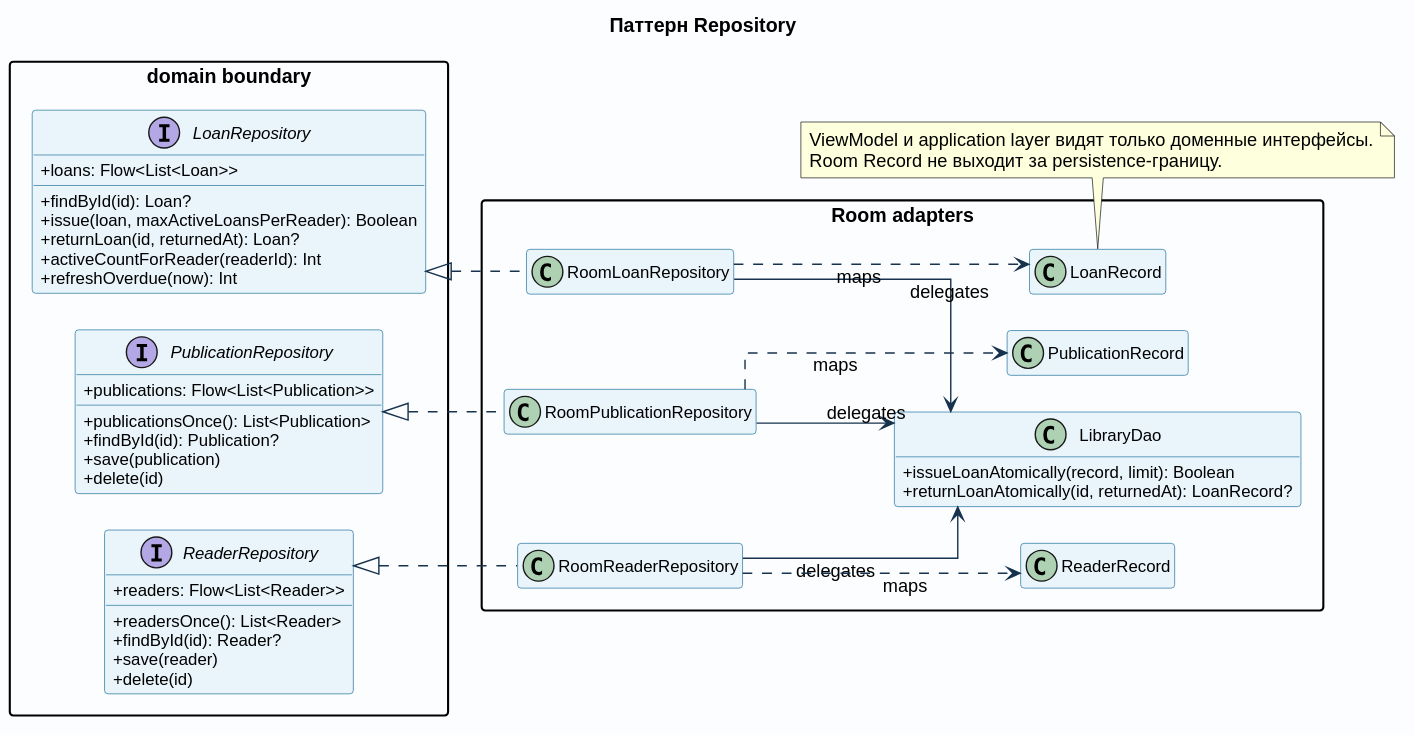
The PlantUML diagram docs/images/pattern_repository.svg in pank-suai/course-oop-library, before a commit. Its diagram source:
```plantuml
@startuml
left to right direction
skinparam backgroundColor #FBFDFF
skinparam shadowing false
skinparam defaultFontName Arial
skinparam classFontSize 15
skinparam classAttributeFontSize 12
skinparam classAttributeIconSize 0
skinparam packageStyle rectangle
skinparam linetype ortho
skinparam nodesep 26
skinparam ranksep 32
skinparam ArrowColor #17324D
skinparam ClassBorderColor #24739B
skinparam ClassBackgroundColor #E9F4FB
skinparam InterfaceBorderColor #735A9B
skinparam InterfaceBackgroundColor #F0EDFA
hide empty members

title Паттерн Repository

package "domain boundary" {
  interface ReaderRepository {
    +readers: Flow<List<Reader>>
    +readersOnce(): List<Reader>
    +findById(id): Reader?
    +save(reader)
    +delete(id)
  }
  interface PublicationRepository {
    +publications: Flow<List<Publication>>
    +publicationsOnce(): List<Publication>
    +findById(id): Publication?
    +save(publication)
    +delete(id)
  }
  interface LoanRepository {
    +loans: Flow<List<Loan>>
    +findById(id): Loan?
    +issue(loan, maxActiveLoansPerReader): Boolean
    +returnLoan(id, returnedAt): Loan?
    +activeCountForReader(readerId): Int
    +refreshOverdue(now): Int
  }
}
package "Room adapters" {
  class RoomReaderRepository
  class RoomPublicationRepository
  class RoomLoanRepository
  class LibraryDao {
    +issueLoanAtomically(record, limit): Boolean
    +returnLoanAtomically(id, returnedAt): LoanRecord?
  }
  class ReaderRecord
  class PublicationRecord
  class LoanRecord
}

ReaderRepository <|.. RoomReaderRepository
PublicationRepository <|.. RoomPublicationRepository
LoanRepository <|.. RoomLoanRepository
RoomReaderRepository --> LibraryDao : delegates
RoomPublicationRepository --> LibraryDao : delegates
RoomLoanRepository --> LibraryDao : delegates
RoomReaderRepository ..> ReaderRecord : maps
RoomPublicationRepository ..> PublicationRecord : maps
RoomLoanRepository ..> LoanRecord : maps
note bottom
  ViewModel и application layer видят только доменные интерфейсы.
  Room Record не выходит за persistence-границу.
end note
@enduml
```
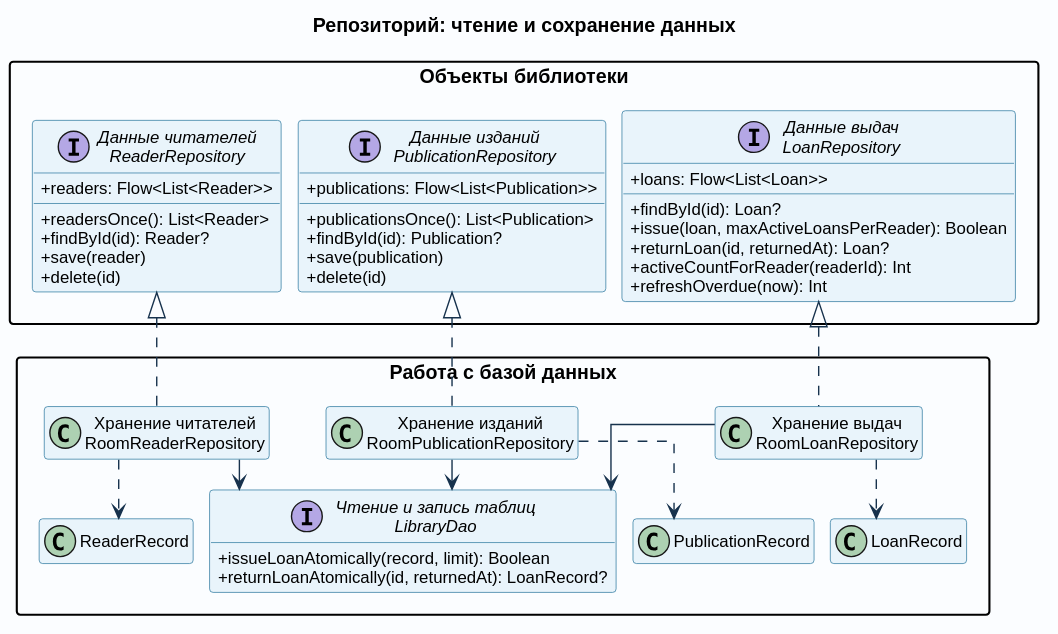
Above is the later version.

What changed in the source:
```diff
@@ -1,5 +1,5 @@
 @startuml
-left to right direction
+top to bottom direction
 skinparam backgroundColor #FBFDFF
 skinparam shadowing false
 skinparam defaultFontName Arial
@@ -8,8 +8,8 @@
 skinparam classAttributeIconSize 0
 skinparam packageStyle rectangle
 skinparam linetype ortho
-skinparam nodesep 26
-skinparam ranksep 32
+skinparam nodesep 12
+skinparam ranksep 22
 skinparam ArrowColor #17324D
 skinparam ClassBorderColor #24739B
 skinparam ClassBackgroundColor #E9F4FB
@@ -17,24 +17,24 @@
 skinparam InterfaceBackgroundColor #F0EDFA
 hide empty members
 
-title Паттерн Repository
+title Репозиторий: чтение и сохранение данных
 
-package "domain boundary" {
-  interface ReaderRepository {
+package "Объекты библиотеки" {
+  interface "Данные читателей\nReaderRepository" as ReaderRepository {
     +readers: Flow<List<Reader>>
     +readersOnce(): List<Reader>
     +findById(id): Reader?
     +save(reader)
     +delete(id)
   }
-  interface PublicationRepository {
+  interface "Данные изданий\nPublicationRepository" as PublicationRepository {
     +publications: Flow<List<Publication>>
     +publicationsOnce(): List<Publication>
     +findById(id): Publication?
     +save(publication)
     +delete(id)
   }
-  interface LoanRepository {
+  interface "Данные выдач\nLoanRepository" as LoanRepository {
     +loans: Flow<List<Loan>>
     +findById(id): Loan?
     +issue(loan, maxActiveLoansPerReader): Boolean
@@ -43,11 +43,11 @@
     +refreshOverdue(now): Int
   }
 }
-package "Room adapters" {
-  class RoomReaderRepository
-  class RoomPublicationRepository
-  class RoomLoanRepository
-  class LibraryDao {
+package "Работа с базой данных" {
+  class "Хранение читателей\nRoomReaderRepository" as RoomReaderRepository
+  class "Хранение изданий\nRoomPublicationRepository" as RoomPublicationRepository
+  class "Хранение выдач\nRoomLoanRepository" as RoomLoanRepository
+  interface "Чтение и запись таблиц\nLibraryDao" as LibraryDao {
     +issueLoanAtomically(record, limit): Boolean
     +returnLoanAtomically(id, returnedAt): LoanRecord?
   }
@@ -59,14 +59,10 @@
 ReaderRepository <|.. RoomReaderRepository
 PublicationRepository <|.. RoomPublicationRepository
 LoanRepository <|.. RoomLoanRepository
-RoomReaderRepository --> LibraryDao : delegates
-RoomPublicationRepository --> LibraryDao : delegates
-RoomLoanRepository --> LibraryDao : delegates
-RoomReaderRepository ..> ReaderRecord : maps
-RoomPublicationRepository ..> PublicationRecord : maps
-RoomLoanRepository ..> LoanRecord : maps
-note bottom
-  ViewModel и application layer видят только доменные интерфейсы.
-  Room Record не выходит за persistence-границу.
-end note
+RoomReaderRepository --> LibraryDao
+RoomPublicationRepository --> LibraryDao
+RoomLoanRepository --> LibraryDao
+RoomReaderRepository ..> ReaderRecord
+RoomPublicationRepository ..> PublicationRecord
+RoomLoanRepository ..> LoanRecord
 @enduml
```
